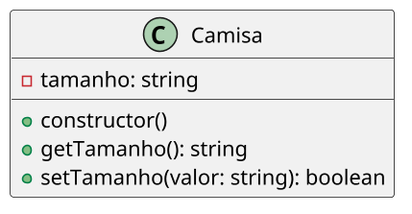
The PlantUML diagram labs/camisa/assets/diagrama.png in qxcodepoo/arcade, before a commit.
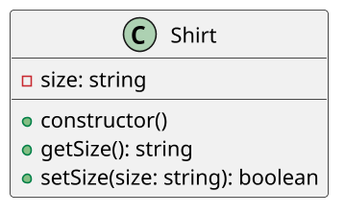
The same diagram one commit later.

Change to the diagram source:
```diff
@@ -3,12 +3,12 @@
 skinparam defaultFontName "Source Code Pro"
 skinparam dpi 150
 
-class Camisa {
-    - tamanho: string
+class Shirt {
+    - size: string
     __
     + constructor()
-    + getTamanho(): string
-    + setTamanho(valor: string): boolean
+    + getSize(): string
+    + setSize(size: string): boolean
 }
 
 @enduml
```
